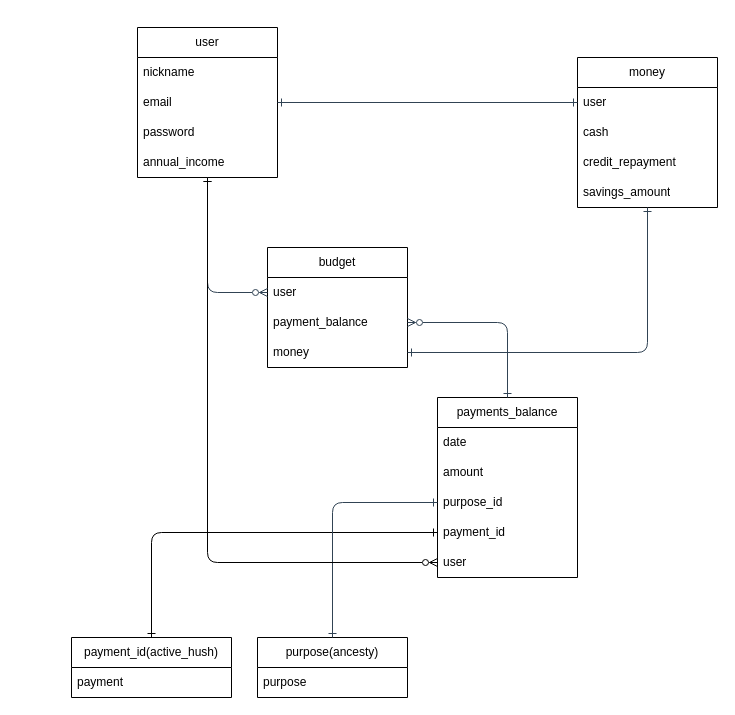
Yuya7124/my_ecopla keeps this draw.io diagram as my_ecopla_ER.dio. Above is the earlier version. Source tidied: cells renumbered, new cells numbered last; positions are measured from the earlier drawing's top-left corner, leaving out a move shared by most shapes. Both pictures are drawn from the tidied source at 100%, with x=0, y=0 at pixel (71, 27).
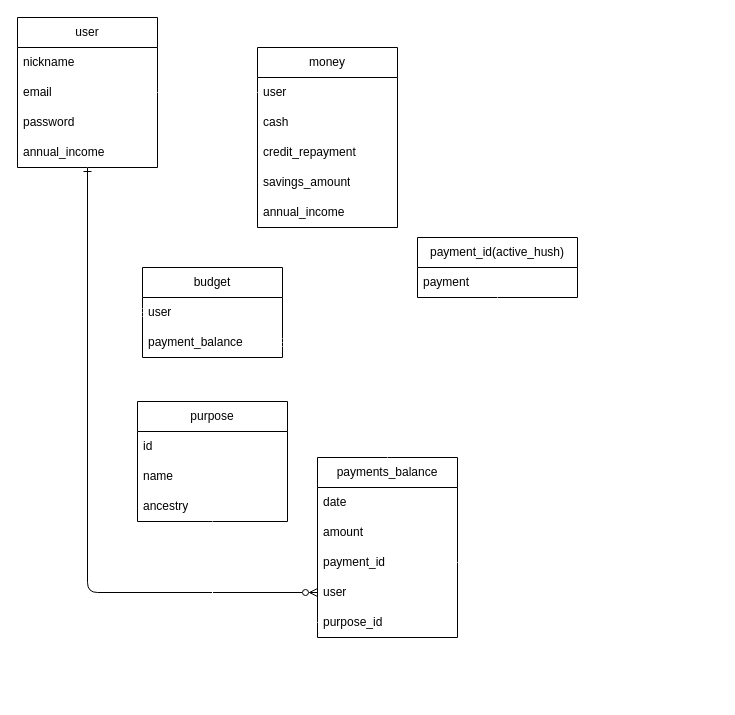
The same page after the edit.

The change refers to these unchanged cells:
```xml
<mxCell id="14" value="user" style="text;strokeColor=none;fillColor=none;align=left;verticalAlign=middle;spacingLeft=4;spacingRight=4;overflow=hidden;points=[[0,0.5],[1,0.5]];portConstraint=eastwest;whiteSpace=wrap;html=1;" parent="13" vertex="1">
  <mxGeometry y="30" width="140" height="30" as="geometry" />
</mxCell>
<mxCell id="15" value="payment_balance" style="text;strokeColor=none;fillColor=none;align=left;verticalAlign=middle;spacingLeft=4;spacingRight=4;overflow=hidden;points=[[0,0.5],[1,0.5]];portConstraint=eastwest;whiteSpace=wrap;html=1;" parent="13" vertex="1">
  <mxGeometry y="60" width="140" height="30" as="geometry" />
</mxCell>
<mxCell id="18" value="user" style="text;strokeColor=none;fillColor=none;align=left;verticalAlign=middle;spacingLeft=4;spacingRight=4;overflow=hidden;points=[[0,0.5],[1,0.5]];portConstraint=eastwest;whiteSpace=wrap;html=1;" parent="17" vertex="1">
  <mxGeometry y="30" width="140" height="30" as="geometry" />
</mxCell>
<mxCell id="24" value="payment" style="text;strokeColor=none;fillColor=none;align=left;verticalAlign=middle;spacingLeft=4;spacingRight=4;overflow=hidden;points=[[0,0.5],[1,0.5]];portConstraint=eastwest;whiteSpace=wrap;html=1;" parent="23" vertex="1">
  <mxGeometry y="30" width="160" height="30" as="geometry" />
</mxCell>
```

What changed in the source:
```diff
@@
     <mxCell id="2" value="user" style="swimlane;fontStyle=0;horizontal=1;startSize=30;whiteSpace=wrap;html=1;" parent="1" vertex="1">
-      <mxGeometry x="66" width="140" height="150" as="geometry" />
+      <mxGeometry x="-54" y="-10" width="140" height="150" as="geometry" />
     </mxCell>
@@
     <mxCell id="7" value="payments_balance" style="swimlane;fontStyle=0;horizontal=1;startSize=30;whiteSpace=wrap;html=1;" parent="1" vertex="1">
-      <mxGeometry x="366" y="370" width="140" height="180" as="geometry" />
+      <mxGeometry x="246" y="430" width="140" height="180" as="geometry" />
     </mxCell>
@@
-    <mxCell id="10" value="purpose_id" style="text;strokeColor=none;fillColor=none;align=left;verticalAlign=middle;spacingLeft=4;spacingRight=4;overflow=hidden;points=[[0,0.5],[1,0.5]];portConstraint=eastwest;whiteSpace=wrap;html=1;" parent="7" vertex="1">
-      <mxGeometry y="90" width="140" height="30" as="geometry" />
-    </mxCell>
     <mxCell id="11" value="payment_id" style="text;strokeColor=none;fillColor=none;align=left;verticalAlign=middle;spacingLeft=4;spacingRight=4;overflow=hidden;points=[[0,0.5],[1,0.5]];portConstraint=eastwest;whiteSpace=wrap;html=1;" parent="7" vertex="1">
-      <mxGeometry y="120" width="140" height="30" as="geometry" />
+      <mxGeometry y="90" width="140" height="30" as="geometry" />
     </mxCell>
     <mxCell id="12" value="user" style="text;strokeColor=none;fillColor=none;align=left;verticalAlign=middle;spacingLeft=4;spacingRight=4;overflow=hidden;points=[[0,0.5],[1,0.5]];portConstraint=eastwest;whiteSpace=wrap;html=1;" parent="7" vertex="1">
-      <mxGeometry y="150" width="140" height="30" as="geometry" />
+      <mxGeometry y="120" width="140" height="30" as="geometry" />
     </mxCell>
+    <mxCell id="10" value="purpose_id" style="text;strokeColor=none;fillColor=none;align=left;verticalAlign=middle;spacingLeft=4;spacingRight=4;overflow=hidden;points=[[0,0.5],[1,0.5]];portConstraint=eastwest;whiteSpace=wrap;html=1;" parent="7" vertex="1">
+      <mxGeometry y="150" width="140" height="30" as="geometry" />
+    </mxCell>
     <mxCell id="13" value="budget" style="swimlane;fontStyle=0;horizontal=1;startSize=30;whiteSpace=wrap;html=1;" parent="1" vertex="1">
-      <mxGeometry x="196" y="220" width="140" height="120" as="geometry" />
+      <mxGeometry x="71" y="240" width="140" height="90" as="geometry" />
     </mxCell>
@@
-    <mxCell id="16" value="money" style="text;strokeColor=none;fillColor=none;align=left;verticalAlign=middle;spacingLeft=4;spacingRight=4;overflow=hidden;points=[[0,0.5],[1,0.5]];portConstraint=eastwest;whiteSpace=wrap;html=1;" parent="13" vertex="1">
-      <mxGeometry y="90" width="140" height="30" as="geometry" />
-    </mxCell>
     <mxCell id="17" value="money" style="swimlane;fontStyle=0;horizontal=1;startSize=30;whiteSpace=wrap;html=1;" parent="1" vertex="1">
-      <mxGeometry x="506" y="30" width="140" height="150" as="geometry" />
+      <mxGeometry x="186" y="20" width="140" height="180" as="geometry" />
     </mxCell>
@@
-    <mxCell id="22" style="edgeStyle=none;html=1;entryX=0;entryY=0.5;entryDx=0;entryDy=0;startArrow=ERone;startFill=0;endArrow=ERone;endFill=0;" parent="1" edge="1" source="23" target="11">
-      <mxGeometry relative="1" as="geometry">
-        <Array as="points">
-          <mxPoint x="80" y="505" />
-        </Array>
-      </mxGeometry>
-    </mxCell>
+    <mxCell id="33" value="&lt;span style=&quot;text-align: center;&quot;&gt;annual_income&lt;/span&gt;" style="text;strokeColor=none;fillColor=none;align=left;verticalAlign=middle;spacingLeft=4;spacingRight=4;overflow=hidden;whiteSpace=wrap;html=1;" parent="17" vertex="1">
+      <mxGeometry y="150" width="140" height="30" as="geometry" />
+    </mxCell>
     <mxCell id="23" value="&lt;span style=&quot;text-align: left;&quot;&gt;payment_i&lt;/span&gt;&lt;span style=&quot;text-align: left;&quot;&gt;d(active_hush)&lt;/span&gt;" style="swimlane;fontStyle=0;horizontal=1;startSize=30;whiteSpace=wrap;html=1;" parent="1" vertex="1">
-      <mxGeometry y="610" width="160" height="60" as="geometry" />
+      <mxGeometry x="346" y="210" width="160" height="60" as="geometry" />
     </mxCell>
@@
-    <mxCell id="25" value="&lt;span style=&quot;text-align: left;&quot;&gt;purpose&lt;/span&gt;(ancesty)" style="swimlane;fontStyle=0;horizontal=1;startSize=30;whiteSpace=wrap;html=1;" parent="1" vertex="1">
-      <mxGeometry x="186" y="610" width="150" height="60" as="geometry" />
+    <mxCell id="25" value="&lt;span style=&quot;text-align: left;&quot;&gt;purpose&lt;/span&gt;" style="swimlane;fontStyle=0;horizontal=1;startSize=30;whiteSpace=wrap;html=1;" parent="1" vertex="1">
+      <mxGeometry x="66" y="374" width="150" height="120" as="geometry" />
     </mxCell>
-    <mxCell id="26" value="purpose" style="text;strokeColor=none;fillColor=none;align=left;verticalAlign=middle;spacingLeft=4;spacingRight=4;overflow=hidden;whiteSpace=wrap;html=1;" parent="25" vertex="1">
+    <mxCell id="26" value="id" style="text;strokeColor=none;fillColor=none;align=left;verticalAlign=middle;spacingLeft=4;spacingRight=4;overflow=hidden;whiteSpace=wrap;html=1;" parent="25" vertex="1">
       <mxGeometry y="30" width="150" height="30" as="geometry" />
     </mxCell>
-    <mxCell id="27" style="edgeStyle=none;html=1;entryX=0;entryY=0.5;entryDx=0;entryDy=0;startArrow=ERone;startFill=0;endArrow=ERone;endFill=0;fillColor=#647687;strokeColor=#314354;" parent="1" edge="1" source="25" target="10">
-      <mxGeometry relative="1" as="geometry">
-        <Array as="points">
-          <mxPoint x="261" y="475" />
-        </Array>
-      </mxGeometry>
-    </mxCell>
+    <mxCell id="34" value="name" style="text;strokeColor=none;fillColor=none;align=left;verticalAlign=middle;spacingLeft=4;spacingRight=4;overflow=hidden;whiteSpace=wrap;html=1;" parent="25" vertex="1">
+      <mxGeometry y="60" width="150" height="30" as="geometry" />
+    </mxCell>
+    <mxCell id="35" value="ancestry" style="text;strokeColor=none;fillColor=none;align=left;verticalAlign=middle;spacingLeft=4;spacingRight=4;overflow=hidden;whiteSpace=wrap;html=1;" parent="25" vertex="1">
+      <mxGeometry y="90" width="150" height="30" as="geometry" />
+    </mxCell>
-    <mxCell id="28" style="edgeStyle=none;html=1;startArrow=ERone;startFill=0;endArrow=ERzeroToMany;endFill=0;entryX=1;entryY=0.5;entryDx=0;entryDy=0;fillColor=#647687;strokeColor=#314354;" parent="1" edge="1" source="7" target="15">
+    <mxCell id="28" style="edgeStyle=none;html=1;startArrow=ERone;startFill=0;endArrow=ERzeroToMany;endFill=0;entryX=1;entryY=0.5;entryDx=0;entryDy=0;fillColor=#647687;strokeColor=#FFFFFF;" parent="1" edge="1" source="7" target="15">
       <mxGeometry relative="1" as="geometry">
         <Array as="points">
-          <mxPoint x="436" y="295" />
+          <mxPoint x="316" y="315" />
         </Array>
       </mxGeometry>
     </mxCell>
-    <mxCell id="29" style="edgeStyle=none;html=1;exitX=1;exitY=0.5;exitDx=0;exitDy=0;startArrow=ERone;startFill=0;endArrow=ERone;endFill=0;fillColor=#647687;strokeColor=#314354;" parent="1" edge="1" source="16" target="17">
-      <mxGeometry relative="1" as="geometry">
-        <Array as="points">
-          <mxPoint x="576" y="325" />
-        </Array>
-      </mxGeometry>
-    </mxCell>
-    <mxCell id="30" style="edgeStyle=none;html=1;endArrow=ERone;endFill=0;startArrow=ERzeroToMany;startFill=0;exitX=0;exitY=0.5;exitDx=0;exitDy=0;fillColor=#647687;strokeColor=#314354;" parent="1" edge="1" source="14" target="2">
+    <mxCell id="30" style="edgeStyle=none;html=1;endArrow=ERone;endFill=0;startArrow=ERzeroToMany;startFill=0;exitX=0;exitY=0.5;exitDx=0;exitDy=0;fillColor=#647687;strokeColor=#FFFFFF;" parent="1" edge="1" source="14" target="2">
       <mxGeometry relative="1" as="geometry">
         <Array as="points">
-          <mxPoint x="136" y="265" />
+          <mxPoint x="16" y="285" />
         </Array>
       </mxGeometry>
     </mxCell>
     <mxCell id="31" style="edgeStyle=none;html=1;startArrow=ERone;startFill=0;endArrow=ERzeroToMany;endFill=0;" parent="1" edge="1" source="2" target="12">
       <mxGeometry relative="1" as="geometry">
         <Array as="points">
-          <mxPoint x="136" y="535" />
+          <mxPoint x="16" y="565" />
         </Array>
       </mxGeometry>
     </mxCell>
-    <mxCell id="32" style="edgeStyle=none;html=1;startArrow=ERone;startFill=0;endArrow=ERone;endFill=0;fillColor=#647687;strokeColor=#314354;" parent="1" edge="1" source="18" target="2">
+    <mxCell id="32" style="edgeStyle=none;html=1;startArrow=ERone;startFill=0;endArrow=ERone;endFill=0;fillColor=#647687;strokeColor=#FFFFFF;" parent="1" edge="1" source="18" target="2">
       <mxGeometry relative="1" as="geometry" />
     </mxCell>
+    <mxCell id="36" style="edgeStyle=none;html=1;strokeColor=#FFFFFF;endArrow=ERone;endFill=0;startArrow=ERone;startFill=0;" parent="1" edge="1" source="11" target="24">
+      <mxGeometry relative="1" as="geometry">
+        <Array as="points">
+          <mxPoint x="426" y="535" />
+        </Array>
+      </mxGeometry>
+    </mxCell>
+    <mxCell id="37" style="edgeStyle=none;html=1;strokeColor=#FFFFFF;startArrow=ERone;startFill=0;endArrow=ERone;endFill=0;" parent="1" edge="1" source="10" target="25">
+      <mxGeometry relative="1" as="geometry">
+        <Array as="points">
+          <mxPoint x="141" y="595" />
+        </Array>
+      </mxGeometry>
+    </mxCell>
```
